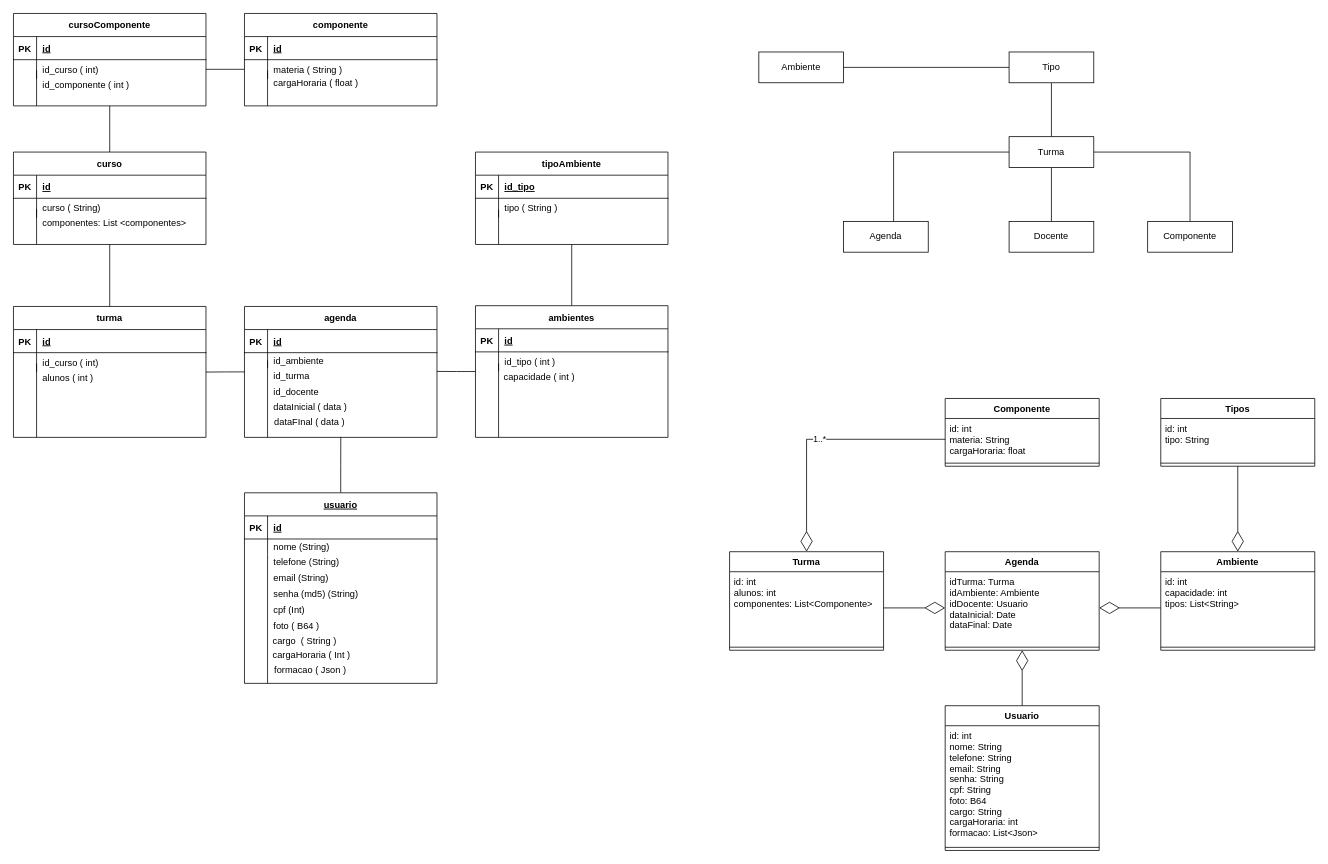
Above: Requisitos/DER.drawio in daniloafalcirolli/Master (draw.io), before the change. Source tidied: cells renumbered, new cells numbered last; positions are measured from the earlier drawing's top-left corner, leaving out a move shared by most shapes. Both pictures are drawn from the tidied source at 77%, with x=0, y=0 at pixel (13, 13).
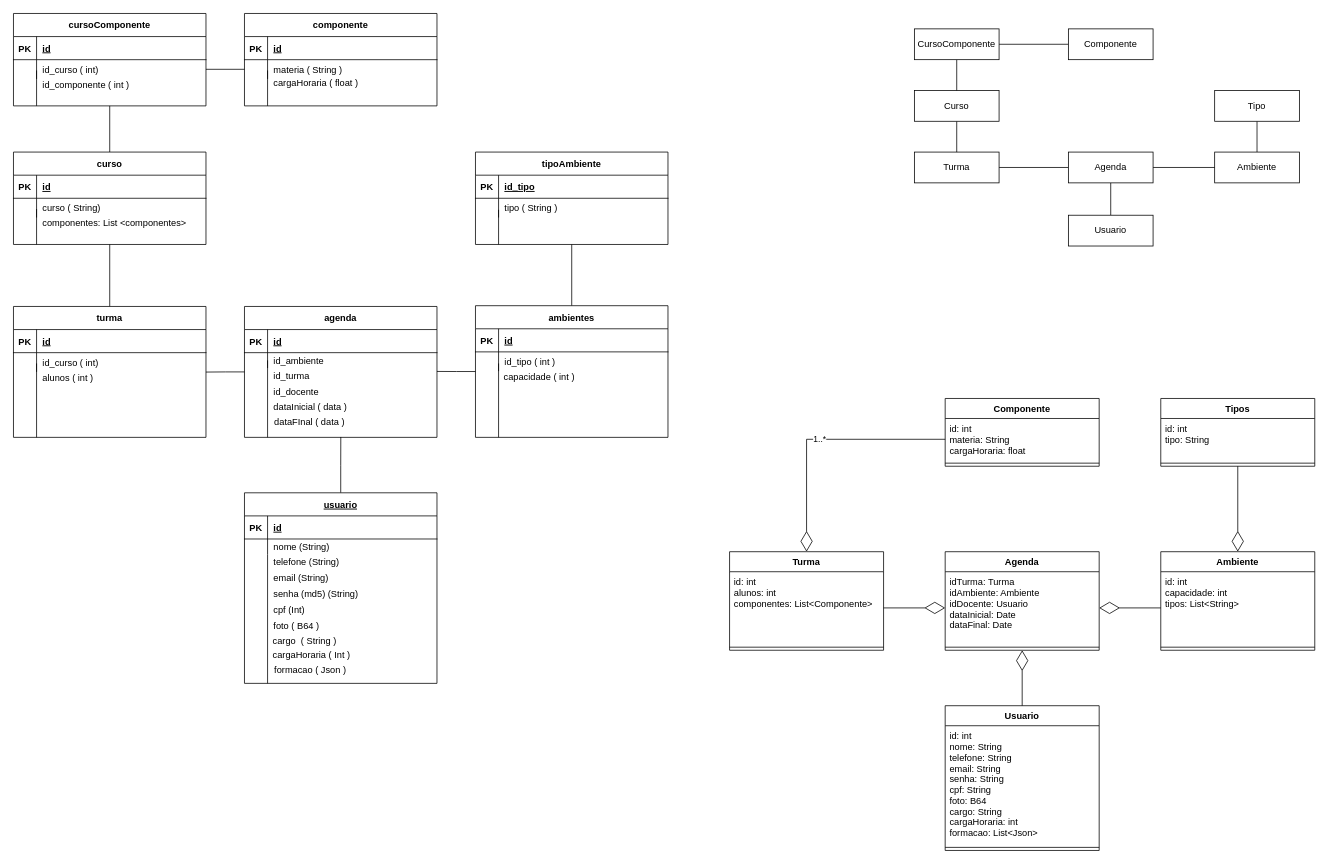
The same page after the edit.

What changed in the source:
```diff
@@
-    <mxCell id="2" style="edgeStyle=orthogonalEdgeStyle;rounded=0;jettySize=auto;html=1;entryX=0.5;entryY=0;entryDx=0;entryDy=0;endArrow=none;endFill=0;" parent="1" edge="1" source="6" target="10">
-      <mxGeometry relative="1" as="geometry" />
-    </mxCell>
-    <mxCell id="3" style="edgeStyle=orthogonalEdgeStyle;rounded=0;jettySize=auto;html=1;exitX=1;exitY=0.5;exitDx=0;exitDy=0;endArrow=none;endFill=0;" parent="1" edge="1" source="6" target="8">
-      <mxGeometry relative="1" as="geometry" />
-    </mxCell>
-    <mxCell id="4" style="edgeStyle=orthogonalEdgeStyle;rounded=0;jettySize=auto;html=1;entryX=0.591;entryY=0.05;entryDx=0;entryDy=0;entryPerimeter=0;endArrow=none;endFill=0;" parent="1" edge="1" source="6" target="9">
+    <mxCell id="4" style="edgeStyle=orthogonalEdgeStyle;rounded=0;jettySize=auto;html=1;exitX=1;exitY=0.5;exitDx=0;exitDy=0;entryX=0;entryY=0.5;entryDx=0;entryDy=0;endArrow=none;endFill=0;" parent="1" edge="1" source="6" target="9">
       <mxGeometry relative="1" as="geometry" />
     </mxCell>
-    <mxCell id="5" style="edgeStyle=orthogonalEdgeStyle;rounded=0;jettySize=auto;html=1;entryX=0.5;entryY=1;entryDx=0;entryDy=0;endArrow=none;endFill=0;" parent="1" edge="1" source="6" target="12">
-      <mxGeometry relative="1" as="geometry" />
-    </mxCell>
     <mxCell id="6" value="Turma" style="rounded=0;whiteSpace=wrap;html=1;" parent="1" vertex="1">
-      <mxGeometry x="1293" y="160" width="110" height="40" as="geometry" />
+      <mxGeometry x="1170" y="180" width="110" height="40" as="geometry" />
     </mxCell>
+    <mxCell id="125" style="edgeStyle=orthogonalEdgeStyle;rounded=0;jettySize=auto;html=1;exitX=0.5;exitY=0;exitDx=0;exitDy=0;entryX=0.5;entryY=1;entryDx=0;entryDy=0;endArrow=none;endFill=0;" parent="1" edge="1" source="7" target="12">
+      <mxGeometry relative="1" as="geometry" />
+    </mxCell>
     <mxCell id="7" value="Ambiente" style="rounded=0;whiteSpace=wrap;html=1;" parent="1" vertex="1">
-      <mxGeometry x="968" y="50" width="110" height="40" as="geometry" />
+      <mxGeometry x="1560" y="180" width="110" height="40" as="geometry" />
     </mxCell>
+    <mxCell id="126" style="edgeStyle=orthogonalEdgeStyle;rounded=0;jettySize=auto;html=1;exitX=0;exitY=0.5;exitDx=0;exitDy=0;entryX=1;entryY=0.5;entryDx=0;entryDy=0;endArrow=none;endFill=0;" parent="1" edge="1" source="8" target="132">
+      <mxGeometry relative="1" as="geometry" />
+    </mxCell>
     <mxCell id="8" value="Componente" style="rounded=0;whiteSpace=wrap;html=1;" parent="1" vertex="1">
-      <mxGeometry x="1473" y="270" width="110" height="40" as="geometry" />
+      <mxGeometry x="1370" y="20" width="110" height="40" as="geometry" />
     </mxCell>
+    <mxCell id="127" style="edgeStyle=orthogonalEdgeStyle;rounded=0;jettySize=auto;html=1;exitX=0.5;exitY=1;exitDx=0;exitDy=0;entryX=0.5;entryY=0;entryDx=0;entryDy=0;endArrow=none;endFill=0;" parent="1" edge="1" source="9" target="10">
+      <mxGeometry relative="1" as="geometry" />
+    </mxCell>
+    <mxCell id="128" style="edgeStyle=orthogonalEdgeStyle;rounded=0;jettySize=auto;html=1;exitX=1;exitY=0.5;exitDx=0;exitDy=0;entryX=0;entryY=0.5;entryDx=0;entryDy=0;endArrow=none;endFill=0;" parent="1" edge="1" source="9" target="7">
+      <mxGeometry relative="1" as="geometry" />
+    </mxCell>
     <mxCell id="9" value="Agenda" style="rounded=0;whiteSpace=wrap;html=1;" parent="1" vertex="1">
-      <mxGeometry x="1078" y="270" width="110" height="40" as="geometry" />
+      <mxGeometry x="1370" y="180" width="110" height="40" as="geometry" />
     </mxCell>
-    <mxCell id="10" value="Docente" style="rounded=0;whiteSpace=wrap;html=1;" parent="1" vertex="1">
-      <mxGeometry x="1293" y="270" width="110" height="40" as="geometry" />
+    <mxCell id="10" value="Usuario" style="rounded=0;whiteSpace=wrap;html=1;" parent="1" vertex="1">
+      <mxGeometry x="1370" y="262" width="110" height="40" as="geometry" />
     </mxCell>
-    <mxCell id="11" style="edgeStyle=orthogonalEdgeStyle;rounded=0;jettySize=auto;html=1;exitX=0;exitY=0.5;exitDx=0;exitDy=0;endArrow=none;endFill=0;" parent="1" edge="1" source="12" target="7">
-      <mxGeometry relative="1" as="geometry" />
-    </mxCell>
     <mxCell id="12" value="Tipo" style="rounded=0;whiteSpace=wrap;html=1;" parent="1" vertex="1">
-      <mxGeometry x="1293" y="50" width="110" height="40" as="geometry" />
+      <mxGeometry x="1560" y="100" width="110" height="40" as="geometry" />
     </mxCell>
@@
+    <mxCell id="129" style="edgeStyle=orthogonalEdgeStyle;rounded=0;jettySize=auto;html=1;exitX=0.5;exitY=1;exitDx=0;exitDy=0;endArrow=none;endFill=0;" parent="1" edge="1" source="130" target="6">
+      <mxGeometry relative="1" as="geometry" />
+    </mxCell>
+    <mxCell id="130" value="Curso" style="rounded=0;whiteSpace=wrap;html=1;" parent="1" vertex="1">
+      <mxGeometry x="1170" y="100" width="110" height="40" as="geometry" />
+    </mxCell>
+    <mxCell id="131" style="edgeStyle=orthogonalEdgeStyle;rounded=0;jettySize=auto;html=1;exitX=0.5;exitY=1;exitDx=0;exitDy=0;endArrow=none;endFill=0;" parent="1" edge="1" source="132" target="130">
+      <mxGeometry relative="1" as="geometry" />
+    </mxCell>
+    <mxCell id="132" value="CursoComponente" style="rounded=0;whiteSpace=wrap;html=1;" parent="1" vertex="1">
+      <mxGeometry x="1170" y="20" width="110" height="40" as="geometry" />
+    </mxCell>
```
